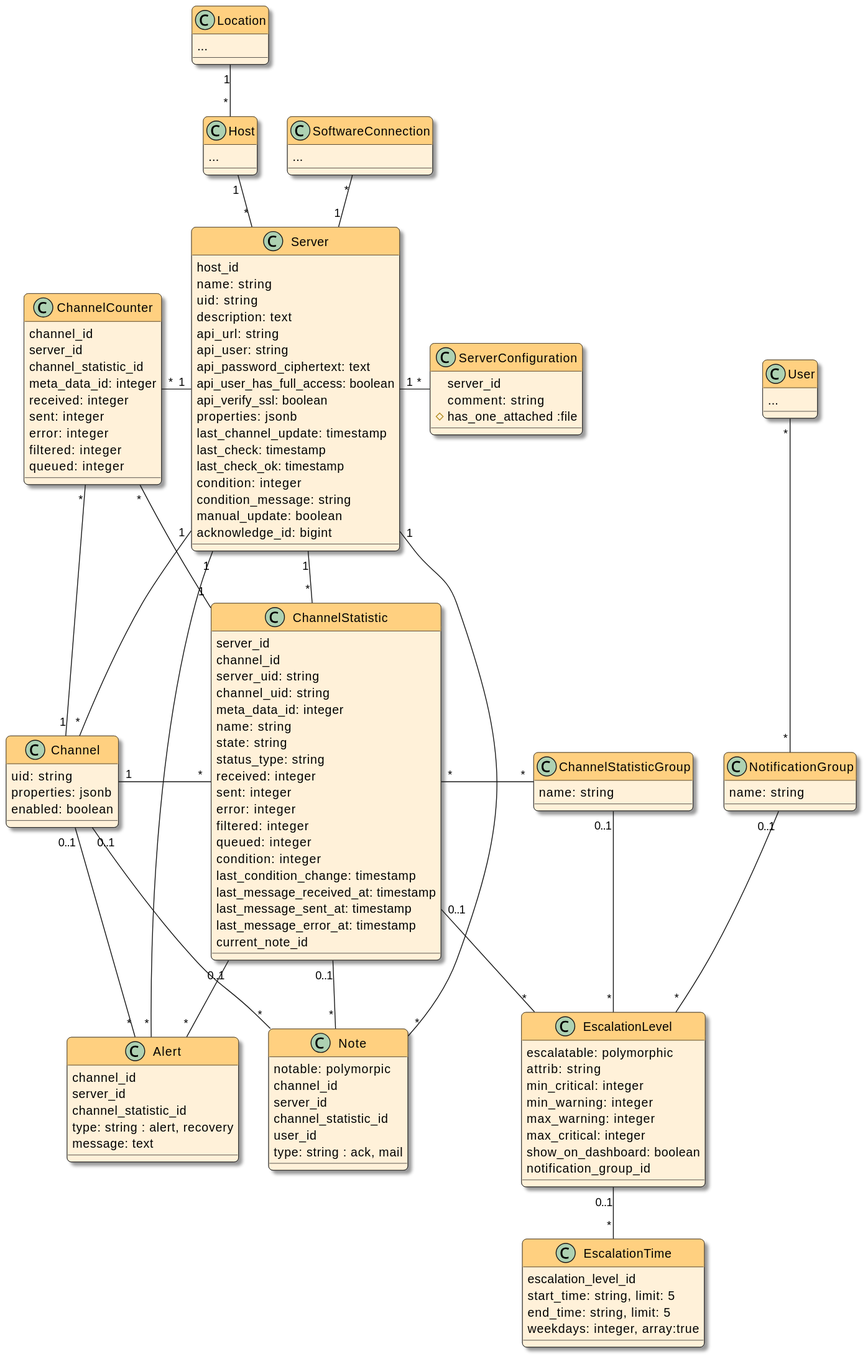
Earlier version of the PlantUML export docsrc/devnotes/modules/ROOT/images/models.svg (swobspace/mirco).
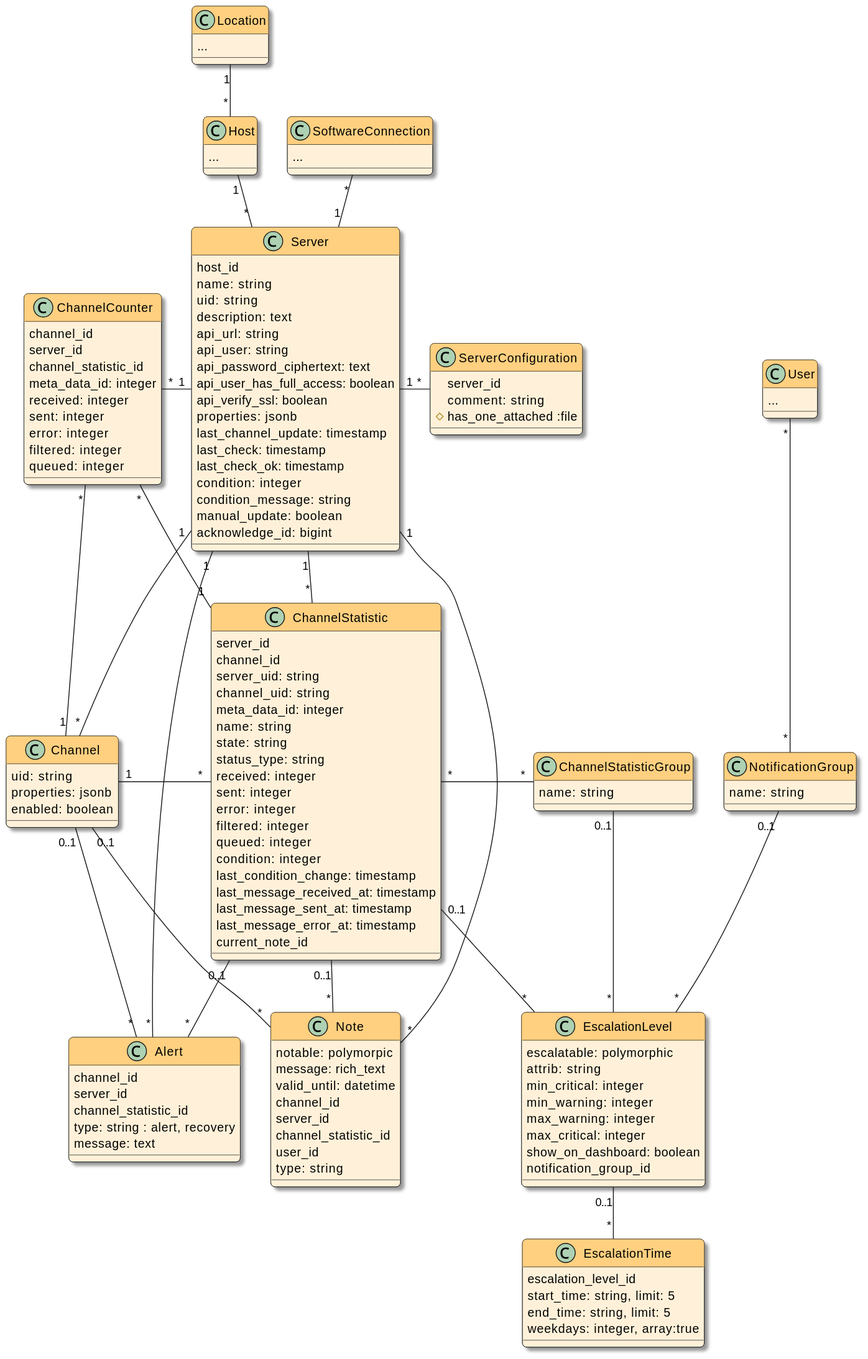
After the change.

The edit, as a diff of the source:
```diff
@@ -91,11 +91,13 @@
 
 class Note {
   notable: polymorpic
+  message: rich_text
+  valid_until: datetime
   channel_id
   server_id
   channel_statistic_id
   user_id
-  type: string : ack, mail
+  type: string
 }
 
 class ServerConfiguration {
```
